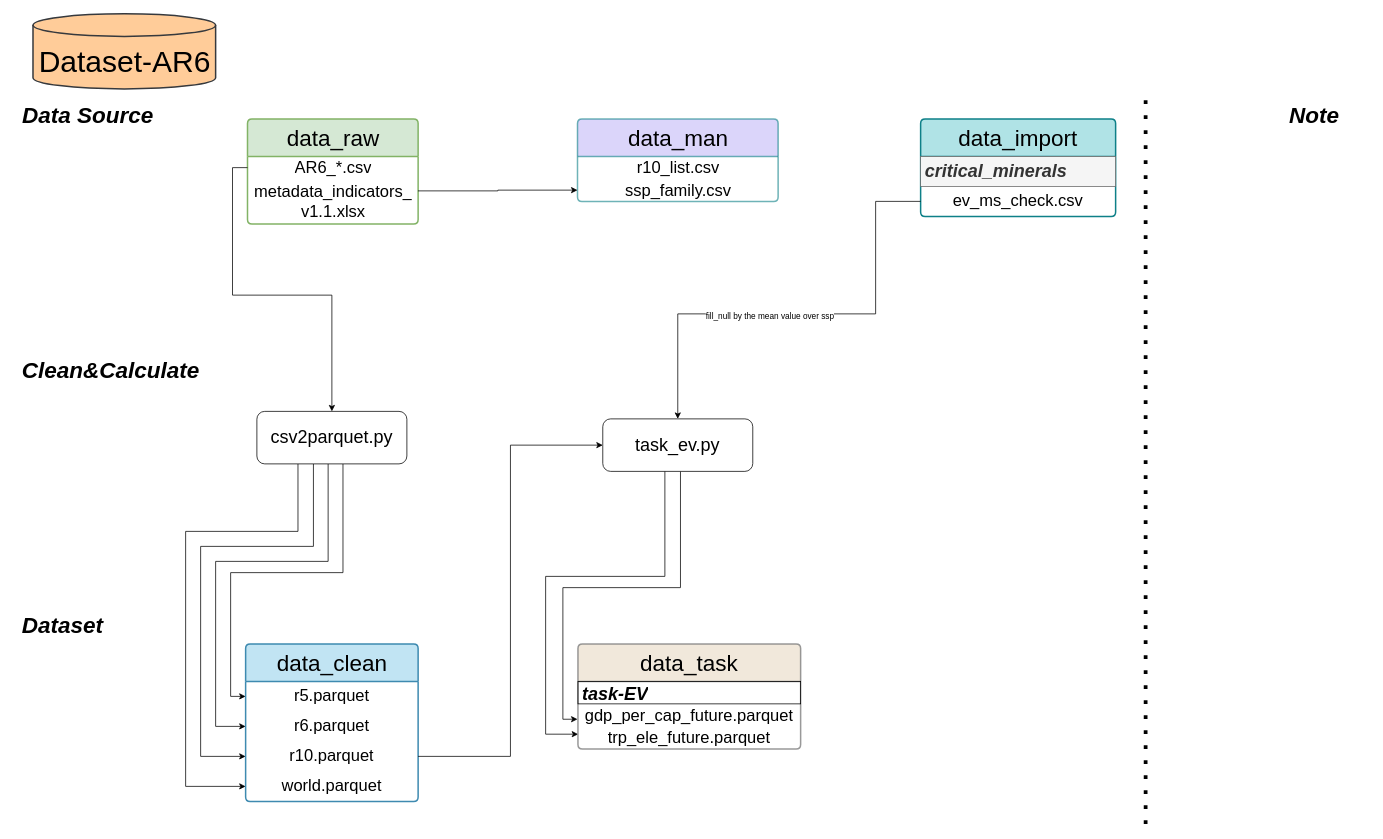
Before: structure.drawio in jenchen95/dataset-ar6, a draw.io diagram. Source tidied: cells renumbered, new cells numbered last; positions are measured from the earlier drawing's top-left corner, leaving out a move shared by most shapes. Both pictures are drawn from the tidied source at 75%, with x=0, y=0 at pixel (13, 14).
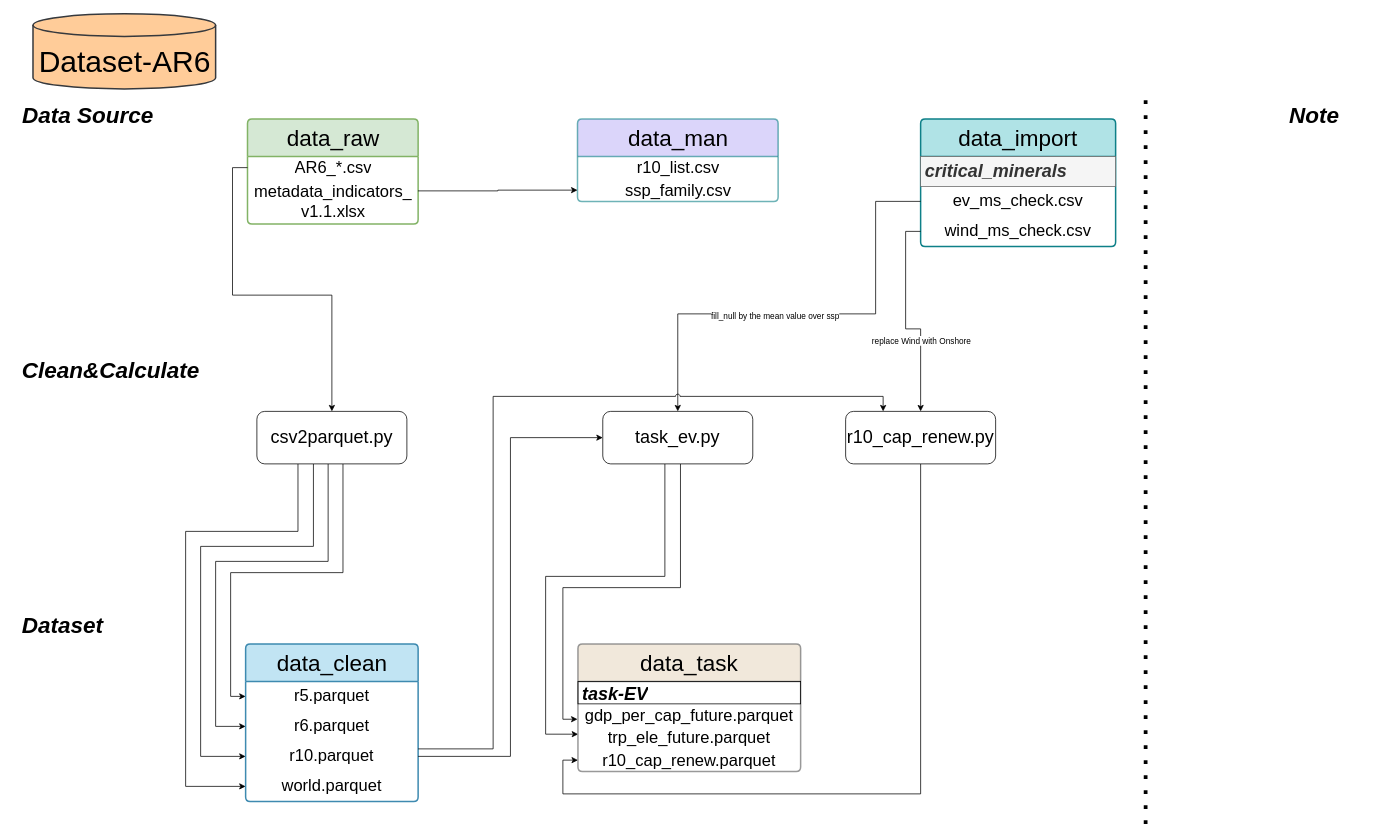
The same page after the edit.

The edit, as a diff of the source:
```diff
@@
     <mxCell id="12" value="&lt;font style=&quot;font-size: 24px;&quot;&gt;task_ev.py&lt;/font&gt;" style="rounded=1;whiteSpace=wrap;html=1;" parent="1" vertex="1">
-      <mxGeometry x="786.2" y="540" width="200" height="70" as="geometry" />
+      <mxGeometry x="786.2" y="530" width="200" height="70" as="geometry" />
     </mxCell>
@@
     <mxCell id="21" value="&lt;span style=&quot;font-size: 30px;&quot;&gt;data_import&lt;/span&gt;" style="swimlane;fontStyle=0;horizontal=1;startSize=50;whiteSpace=wrap;html=1;fillColor=#b0e3e6;strokeColor=#0e8088;rounded=1;align=center;fillStyle=auto;strokeWidth=2;shadow=0;dashed=0;arcSize=4;" parent="1" vertex="1">
-      <mxGeometry x="1210" y="140" width="260" height="130" as="geometry" />
+      <mxGeometry x="1210" y="140" width="260" height="170" as="geometry" />
     </mxCell>
@@
+    <mxCell id="40" value="&lt;font style=&quot;font-size: 22px;&quot;&gt;wind_ms_check.csv&lt;/font&gt;" style="text;strokeColor=none;fillColor=none;align=center;verticalAlign=middle;spacingLeft=4;spacingRight=4;overflow=hidden;points=[[0,0.5],[1,0.5]];portConstraint=eastwest;whiteSpace=wrap;html=1;" parent="21" vertex="1">
+      <mxGeometry y="130" width="260" height="40" as="geometry" />
+    </mxCell>
     <mxCell id="24" value="&lt;span style=&quot;font-size: 30px;&quot;&gt;data_task&lt;/span&gt;" style="swimlane;fontStyle=0;horizontal=1;startSize=50;whiteSpace=wrap;html=1;fillColor=#eee3d3;strokeColor=#808080;rounded=1;align=center;fillStyle=auto;strokeWidth=2;shadow=0;dashed=0;arcSize=4;opacity=80;" parent="1" vertex="1">
-      <mxGeometry x="753.1" y="840" width="296.9" height="140" as="geometry" />
+      <mxGeometry x="753.1" y="840" width="296.9" height="170" as="geometry" />
     </mxCell>
@@
+    <mxCell id="41" value="&lt;font style=&quot;font-size: 22px;&quot;&gt;r10_cap_renew.parquet&lt;/font&gt;" style="text;strokeColor=none;fillColor=none;align=center;verticalAlign=middle;spacingLeft=4;spacingRight=4;overflow=hidden;points=[[0,0.5],[1,0.5]];portConstraint=eastwest;whiteSpace=wrap;html=1;" parent="24" vertex="1">
+      <mxGeometry y="140" width="296.9" height="30" as="geometry" />
+    </mxCell>
@@
+    <mxCell id="42" style="edgeStyle=orthogonalEdgeStyle;rounded=0;jettySize=auto;html=1;exitX=0.5;exitY=1;exitDx=0;exitDy=0;entryX=0;entryY=0.5;entryDx=0;entryDy=0;" parent="1" edge="1" source="43" target="41">
+      <mxGeometry relative="1" as="geometry">
+        <Array as="points">
+          <mxPoint x="1210" y="1040" />
+          <mxPoint x="733" y="1040" />
+          <mxPoint x="733" y="995" />
+        </Array>
+      </mxGeometry>
+    </mxCell>
+    <mxCell id="43" value="&lt;font style=&quot;font-size: 24px;&quot;&gt;r10_cap_renew.py&lt;/font&gt;" style="rounded=1;whiteSpace=wrap;html=1;" parent="1" vertex="1">
+      <mxGeometry x="1110" y="530" width="200" height="70" as="geometry" />
+    </mxCell>
+    <mxCell id="44" style="edgeStyle=orthogonalEdgeStyle;rounded=0;jettySize=auto;html=1;exitX=0;exitY=0.5;exitDx=0;exitDy=0;entryX=0.5;entryY=0;entryDx=0;entryDy=0;" parent="1" edge="1" source="40" target="43">
+      <mxGeometry relative="1" as="geometry" />
+    </mxCell>
+    <mxCell id="45" value="replace Wind with Onshore" style="edgeLabel;html=1;align=center;verticalAlign=middle;" parent="44" vertex="1">
+      <mxGeometry x="0.33" relative="1" as="geometry">
+        <mxPoint y="-1" as="offset" />
+      </mxGeometry>
+    </mxCell>
+    <mxCell id="46" style="edgeStyle=orthogonalEdgeStyle;rounded=0;jettySize=auto;html=1;entryX=0.25;entryY=0;entryDx=0;entryDy=0;jumpStyle=arc;" parent="1" edge="1" target="43">
+      <mxGeometry relative="1" as="geometry">
+        <mxPoint x="540" y="980" as="sourcePoint" />
+        <Array as="points">
+          <mxPoint x="540" y="980" />
+          <mxPoint x="640" y="980" />
+          <mxPoint x="640" y="510" />
+          <mxPoint x="1160" y="510" />
+        </Array>
+      </mxGeometry>
+    </mxCell>
```
